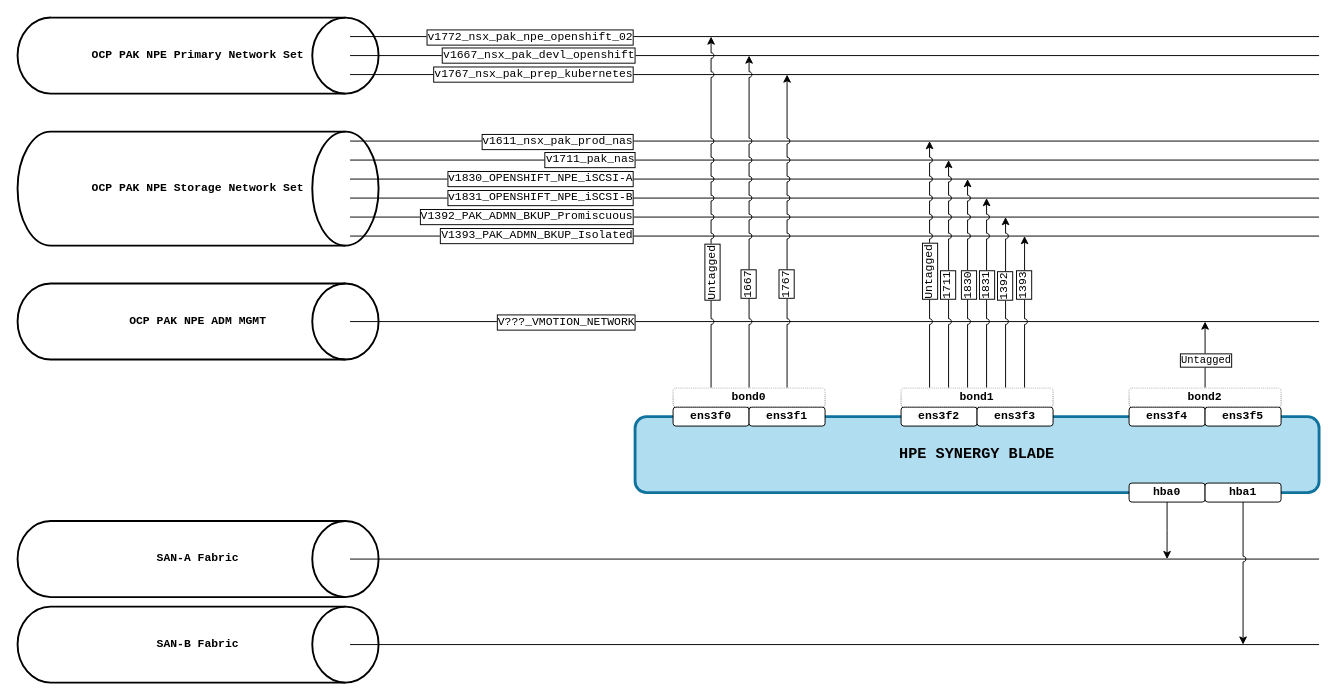
Above: ocp-virt-nets.drawio in rustypan/diagrams (draw.io), before the change. Source tidied: cells renumbered, new cells numbered last; positions are measured from the earlier drawing's top-left corner, leaving out a move shared by most shapes. Both pictures are drawn from the tidied source at 95%, with x=0, y=0 at pixel (17, 17).
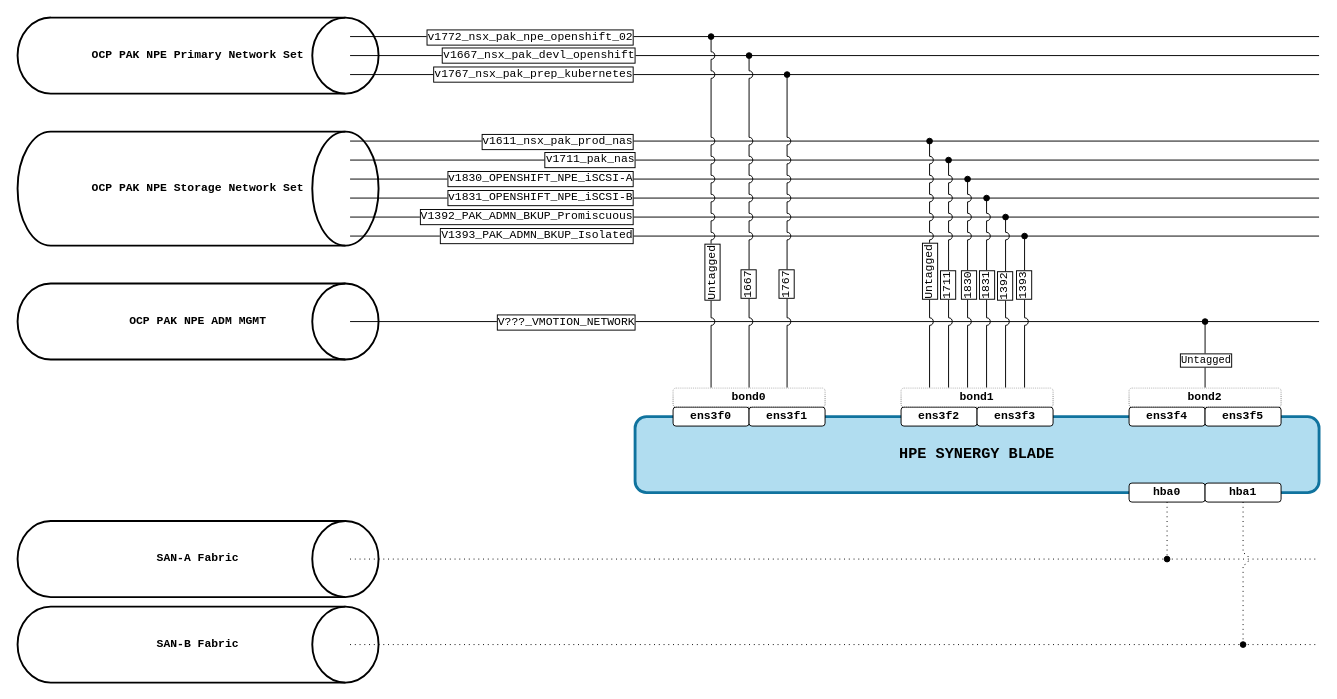
After the change.

Unchanged cells that the change refers to:
```xml
<mxCell id="58" value="bond2" style="rounded=1;whiteSpace=wrap;html=1;fontFamily=Courier New;fontStyle=1;fillColor=light-dark(#FFFFFF,#2ECC71);glass=1;shadow=0;dashed=1;dashPattern=1 1;opacity=50;" parent="1" vertex="1">
  <mxGeometry x="1170" y="390" width="160" height="20" as="geometry" />
</mxCell>
<mxCell id="60" value="hba0" style="rounded=1;whiteSpace=wrap;html=1;fontFamily=Courier New;fillColor=light-dark(#FFFFFF,#8A2BE2);fontStyle=1;" parent="1" vertex="1">
  <mxGeometry x="1170" y="490" width="80" height="20" as="geometry" />
</mxCell>
<mxCell id="62" value="hba1" style="rounded=1;whiteSpace=wrap;html=1;fontFamily=Courier New;fillColor=light-dark(#FFFFFF,#DC143C);fontStyle=1;" parent="1" vertex="1">
  <mxGeometry x="1250" y="490" width="80" height="20" as="geometry" />
</mxCell>
```

Diff of the diagram source:
```diff
@@
-    <mxCell id="3" style="endArrow=none;html=1;rounded=0;strokeWidth=1;fontFamily=Courier New;" parent="1" edge="1">
+    <mxCell id="3" style="endArrow=none;html=1;rounded=0;strokeWidth=1;fontFamily=Courier New;dashed=1;dashPattern=1 4;flowAnimation=1;flowAnimationDuration=2000;strokeColor=light-dark(#000000,#808080);" parent="1" edge="1">
       <mxGeometry relative="1" as="geometry">
         <mxPoint x="350" y="570" as="sourcePoint" />
         <mxPoint x="1370" y="570" as="targetPoint" />
       </mxGeometry>
     </mxCell>
@@
-    <mxCell id="5" style="endArrow=none;html=1;rounded=0;strokeWidth=1;fontFamily=Courier New;" parent="1" edge="1">
+    <mxCell id="5" style="endArrow=none;html=1;rounded=0;strokeWidth=1;fontFamily=Courier New;dashed=1;dashPattern=1 4;flowAnimation=1;flowAnimationDuration=2000;strokeColor=light-dark(#000000,#808080);" parent="1" edge="1">
       <mxGeometry relative="1" as="geometry">
         <mxPoint x="350" y="660" as="sourcePoint" />
         <mxPoint x="1370" y="660" as="targetPoint" />
       </mxGeometry>
     </mxCell>
@@
-    <mxCell id="7" style="endArrow=none;html=1;rounded=0;strokeWidth=1;fontFamily=Courier New;" parent="1" edge="1">
+    <mxCell id="7" style="endArrow=none;html=1;rounded=0;strokeWidth=1;fontFamily=Courier New;strokeColor=light-dark(#000000,#808080);" parent="1" edge="1">
       <mxGeometry relative="1" as="geometry">
         <mxPoint x="350" y="60" as="sourcePoint" />
         <mxPoint x="1370" y="60" as="targetPoint" />
       </mxGeometry>
     </mxCell>
@@
-    <mxCell id="9" style="endArrow=none;html=1;rounded=0;strokeWidth=1;fontFamily=Courier New;" parent="1" edge="1">
+    <mxCell id="9" style="endArrow=none;html=1;rounded=0;strokeWidth=1;fontFamily=Courier New;strokeColor=light-dark(#000000,#808080);" parent="1" edge="1">
       <mxGeometry relative="1" as="geometry">
         <mxPoint x="350" y="40" as="sourcePoint" />
         <mxPoint x="1370" y="40" as="targetPoint" />
       </mxGeometry>
     </mxCell>
@@
-    <mxCell id="11" style="endArrow=none;html=1;rounded=0;strokeWidth=1;fontFamily=Courier New;labelPosition=center;verticalLabelPosition=middle;align=center;verticalAlign=middle;" parent="1" edge="1">
+    <mxCell id="11" style="endArrow=none;html=1;rounded=0;strokeWidth=1;fontFamily=Courier New;labelPosition=center;verticalLabelPosition=middle;align=center;verticalAlign=middle;flowAnimation=0;fixDash=0;flowAnimationDirection=normal;strokeColor=light-dark(#000000,#808080);" parent="1" edge="1">
       <mxGeometry relative="1" as="geometry">
         <mxPoint x="350" y="20" as="sourcePoint" />
         <mxPoint x="1370" y="20" as="targetPoint" />
       </mxGeometry>
     </mxCell>
@@
-    <mxCell id="14" style="endArrow=none;html=1;rounded=0;strokeWidth=1;fontFamily=Courier New;" parent="1" edge="1">
+    <mxCell id="14" style="endArrow=none;html=1;rounded=0;strokeWidth=1;fontFamily=Courier New;strokeColor=light-dark(#000000,#808080);" parent="1" edge="1">
       <mxGeometry relative="1" as="geometry">
         <mxPoint x="350" y="170" as="sourcePoint" />
         <mxPoint x="1370" y="170" as="targetPoint" />
       </mxGeometry>
     </mxCell>
@@
-    <mxCell id="16" style="endArrow=none;html=1;rounded=0;strokeWidth=1;fontFamily=Courier New;" parent="1" edge="1">
+    <mxCell id="16" style="endArrow=none;html=1;rounded=0;strokeWidth=1;fontFamily=Courier New;strokeColor=light-dark(#000000,#808080);" parent="1" edge="1">
       <mxGeometry relative="1" as="geometry">
         <mxPoint x="350" y="150" as="sourcePoint" />
         <mxPoint x="1370" y="150" as="targetPoint" />
       </mxGeometry>
     </mxCell>
@@
-    <mxCell id="18" style="endArrow=none;html=1;rounded=0;strokeWidth=1;fontFamily=Courier New;" parent="1" edge="1">
+    <mxCell id="18" style="endArrow=none;html=1;rounded=0;strokeWidth=1;fontFamily=Courier New;strokeColor=light-dark(#000000,#808080);" parent="1" edge="1">
       <mxGeometry relative="1" as="geometry">
         <mxPoint x="350" y="130" as="sourcePoint" />
         <mxPoint x="1370" y="130" as="targetPoint" />
       </mxGeometry>
     </mxCell>
@@
-    <mxCell id="20" style="endArrow=none;html=1;rounded=0;strokeWidth=1;fontFamily=Courier New;" parent="1" edge="1">
+    <mxCell id="20" style="endArrow=none;html=1;rounded=0;strokeWidth=1;fontFamily=Courier New;strokeColor=light-dark(#000000,#808080);" parent="1" edge="1">
       <mxGeometry relative="1" as="geometry">
         <mxPoint x="350" y="190" as="sourcePoint" />
         <mxPoint x="1370" y="190" as="targetPoint" />
       </mxGeometry>
     </mxCell>
@@
-    <mxCell id="22" style="endArrow=none;html=1;rounded=0;strokeWidth=1;fontFamily=Courier New;" parent="1" edge="1">
+    <mxCell id="22" style="endArrow=none;html=1;rounded=0;strokeWidth=1;fontFamily=Courier New;strokeColor=light-dark(#000000,#808080);" parent="1" edge="1">
       <mxGeometry relative="1" as="geometry">
         <mxPoint x="350" y="210" as="sourcePoint" />
         <mxPoint x="1370" y="210" as="targetPoint" />
       </mxGeometry>
     </mxCell>
@@
-    <mxCell id="24" style="endArrow=none;html=1;rounded=0;strokeWidth=1;fontFamily=Courier New;" parent="1" edge="1">
+    <mxCell id="24" style="endArrow=none;html=1;rounded=0;strokeWidth=1;fontFamily=Courier New;strokeColor=light-dark(#000000,#808080);" parent="1" edge="1">
       <mxGeometry relative="1" as="geometry">
         <mxPoint x="350" y="230" as="sourcePoint" />
         <mxPoint x="1370" y="230" as="targetPoint" />
       </mxGeometry>
     </mxCell>
@@
-    <mxCell id="27" style="endArrow=none;html=1;rounded=0;strokeWidth=1;fontFamily=Courier New;backgroundOutline=0;" parent="1" edge="1">
+    <mxCell id="27" style="endArrow=none;html=1;rounded=0;strokeWidth=1;fontFamily=Courier New;backgroundOutline=0;flowAnimation=0;flowAnimationTimingFunction=linear;strokeColor=light-dark(#000000,#808080);" parent="1" edge="1">
       <mxGeometry relative="1" as="geometry">
         <mxPoint x="350" y="320" as="sourcePoint" />
         <mxPoint x="1370" y="320" as="targetPoint" />
       </mxGeometry>
     </mxCell>
@@
-    <mxCell id="29" style="edgeStyle=orthogonalEdgeStyle;rounded=0;jettySize=auto;html=1;exitX=0.25;exitY=0;exitDx=0;exitDy=0;jumpStyle=arc;fontFamily=Courier New;" parent="1" edge="1" source="52">
+    <mxCell id="29" style="edgeStyle=orthogonalEdgeStyle;rounded=0;jettySize=auto;html=1;exitX=0.25;exitY=0;exitDx=0;exitDy=0;jumpStyle=arc;fontFamily=Courier New;flowAnimation=0;jumpSize=8;endArrow=oval;endFill=1;" parent="1" edge="1" source="52">
       <mxGeometry relative="1" as="geometry">
         <mxPoint x="730" y="20" as="targetPoint" />
       </mxGeometry>
     </mxCell>
@@
-    <mxCell id="31" style="edgeStyle=orthogonalEdgeStyle;rounded=0;jettySize=auto;html=1;exitX=0.5;exitY=0;exitDx=0;exitDy=0;jumpStyle=arc;fontFamily=Courier New;" parent="1" edge="1" source="52">
+    <mxCell id="31" style="edgeStyle=orthogonalEdgeStyle;rounded=0;jettySize=auto;html=1;exitX=0.5;exitY=0;exitDx=0;exitDy=0;jumpStyle=arc;fontFamily=Courier New;endArrow=oval;endFill=1;jumpSize=8;" parent="1" edge="1" source="52">
       <mxGeometry relative="1" as="geometry">
         <mxPoint x="770" y="40" as="targetPoint" />
       </mxGeometry>
     </mxCell>
@@
-    <mxCell id="33" style="edgeStyle=orthogonalEdgeStyle;rounded=0;jettySize=auto;html=1;exitX=0.75;exitY=0;exitDx=0;exitDy=0;jumpStyle=arc;fontFamily=Courier New;" parent="1" edge="1" source="52">
+    <mxCell id="33" style="edgeStyle=orthogonalEdgeStyle;rounded=0;jettySize=auto;html=1;exitX=0.75;exitY=0;exitDx=0;exitDy=0;jumpStyle=arc;fontFamily=Courier New;endArrow=oval;endFill=1;jumpSize=8;" parent="1" edge="1" source="52">
       <mxGeometry relative="1" as="geometry">
         <mxPoint x="810" y="60" as="targetPoint" />
       </mxGeometry>
     </mxCell>
@@
-    <mxCell id="35" style="edgeStyle=orthogonalEdgeStyle;rounded=0;orthogonalLoop=1;jettySize=auto;html=1;exitX=0.25;exitY=0;exitDx=0;exitDy=0;jumpStyle=arc;fontFamily=Courier New;" parent="1" edge="1">
+    <mxCell id="35" style="edgeStyle=orthogonalEdgeStyle;rounded=0;orthogonalLoop=1;jettySize=auto;html=1;exitX=0.25;exitY=0;exitDx=0;exitDy=0;jumpStyle=arc;fontFamily=Courier New;endArrow=oval;endFill=1;jumpSize=8;" parent="1" edge="1">
       <mxGeometry relative="1" as="geometry">
         <mxPoint x="960" y="390" as="sourcePoint" />
         <mxPoint x="960" y="130" as="targetPoint" />
       </mxGeometry>
     </mxCell>
@@
-    <mxCell id="37" style="edgeStyle=orthogonalEdgeStyle;rounded=0;orthogonalLoop=1;jettySize=auto;html=1;exitX=0.25;exitY=0;exitDx=0;exitDy=0;jumpStyle=arc;fontFamily=Courier New;" parent="1" edge="1">
+    <mxCell id="37" style="edgeStyle=orthogonalEdgeStyle;rounded=0;orthogonalLoop=1;jettySize=auto;html=1;exitX=0.25;exitY=0;exitDx=0;exitDy=0;jumpStyle=arc;fontFamily=Courier New;endArrow=oval;endFill=1;jumpSize=8;" parent="1" edge="1">
       <mxGeometry relative="1" as="geometry">
         <mxPoint x="980" y="390" as="sourcePoint" />
         <mxPoint x="980" y="150" as="targetPoint" />
       </mxGeometry>
     </mxCell>
@@
-    <mxCell id="39" style="edgeStyle=orthogonalEdgeStyle;rounded=0;orthogonalLoop=1;jettySize=auto;html=1;jumpStyle=arc;fontFamily=Courier New;" parent="1" edge="1">
+    <mxCell id="39" style="edgeStyle=orthogonalEdgeStyle;rounded=0;orthogonalLoop=1;jettySize=auto;html=1;jumpStyle=arc;fontFamily=Courier New;endArrow=oval;endFill=1;jumpSize=8;" parent="1" edge="1">
       <mxGeometry relative="1" as="geometry">
         <mxPoint x="1000" y="390" as="sourcePoint" />
         <mxPoint x="1000" y="170" as="targetPoint" />
       </mxGeometry>
     </mxCell>
@@
-    <mxCell id="41" style="edgeStyle=orthogonalEdgeStyle;rounded=0;orthogonalLoop=1;jettySize=auto;html=1;jumpStyle=arc;fontFamily=Courier New;" parent="1" edge="1">
+    <mxCell id="41" style="edgeStyle=orthogonalEdgeStyle;rounded=0;orthogonalLoop=1;jettySize=auto;html=1;jumpStyle=arc;fontFamily=Courier New;endArrow=oval;endFill=1;jumpSize=8;" parent="1" edge="1">
       <mxGeometry relative="1" as="geometry">
         <mxPoint x="1020" y="390" as="sourcePoint" />
         <mxPoint x="1020" y="190" as="targetPoint" />
       </mxGeometry>
     </mxCell>
@@
-    <mxCell id="43" style="edgeStyle=orthogonalEdgeStyle;rounded=0;orthogonalLoop=1;jettySize=auto;html=1;jumpStyle=arc;fontFamily=Courier New;" parent="1" edge="1">
+    <mxCell id="43" style="edgeStyle=orthogonalEdgeStyle;rounded=0;orthogonalLoop=1;jettySize=auto;html=1;jumpStyle=arc;fontFamily=Courier New;endArrow=oval;endFill=1;jumpSize=8;" parent="1" edge="1">
       <mxGeometry relative="1" as="geometry">
         <mxPoint x="1040" y="390" as="sourcePoint" />
         <mxPoint x="1040" y="210" as="targetPoint" />
       </mxGeometry>
     </mxCell>
@@
-    <mxCell id="45" style="edgeStyle=orthogonalEdgeStyle;rounded=0;orthogonalLoop=1;jettySize=auto;html=1;jumpStyle=arc;fontFamily=Courier New;" parent="1" edge="1">
+    <mxCell id="45" style="edgeStyle=orthogonalEdgeStyle;rounded=0;orthogonalLoop=1;jettySize=auto;html=1;jumpStyle=arc;fontFamily=Courier New;endArrow=oval;endFill=1;jumpSize=8;" parent="1" edge="1">
       <mxGeometry relative="1" as="geometry">
         <mxPoint x="1060" y="390" as="sourcePoint" />
         <mxPoint x="1060" y="230" as="targetPoint" />
       </mxGeometry>
     </mxCell>
@@
-    <mxCell id="52" value="bond0" style="rounded=1;whiteSpace=wrap;html=1;fontFamily=Courier New;fillColor=light-dark(#FFFFFF,#007BFF);fontStyle=1;glass=1;dashed=1;dashPattern=1 1;opacity=50;" parent="1" vertex="1">
+    <mxCell id="52" value="bond0" style="rounded=1;whiteSpace=wrap;html=1;fontFamily=Courier New;fillColor=light-dark(#FFFFFF,#007BFF);fontStyle=1;glass=1;dashed=1;dashPattern=1 1;opacity=50;perimeterSpacing=0;" parent="1" vertex="1">
       <mxGeometry x="690" y="390" width="160" height="20" as="geometry" />
     </mxCell>
@@
-    <mxCell id="56" style="edgeStyle=orthogonalEdgeStyle;rounded=0;jettySize=auto;html=1;exitX=0.5;exitY=0;exitDx=0;exitDy=0;fontFamily=Courier New;" parent="1" edge="1" source="58">
+    <mxCell id="56" style="edgeStyle=orthogonalEdgeStyle;rounded=0;jettySize=auto;html=1;exitX=0.5;exitY=0;exitDx=0;exitDy=0;fontFamily=Courier New;endArrow=oval;endFill=1;" parent="1" edge="1" source="58">
       <mxGeometry relative="1" as="geometry">
         <mxPoint x="1250" y="320" as="targetPoint" />
       </mxGeometry>
     </mxCell>
@@
-    <mxCell id="59" style="edgeStyle=orthogonalEdgeStyle;rounded=0;jettySize=auto;html=1;exitX=0.5;exitY=1;exitDx=0;exitDy=0;fontFamily=Courier New;" parent="1" edge="1" source="60">
+    <mxCell id="59" style="edgeStyle=orthogonalEdgeStyle;rounded=0;jettySize=auto;html=1;exitX=0.5;exitY=1;exitDx=0;exitDy=0;fontFamily=Courier New;dashed=1;dashPattern=1 4;flowAnimation=1;flowAnimationDirection=normal;endArrow=oval;endFill=1;flowAnimationDuration=2000;" parent="1" edge="1" source="60">
       <mxGeometry relative="1" as="geometry">
         <mxPoint x="1210" y="570" as="targetPoint" />
       </mxGeometry>
     </mxCell>
@@
-    <mxCell id="61" style="edgeStyle=orthogonalEdgeStyle;rounded=0;jettySize=auto;html=1;exitX=0.5;exitY=1;exitDx=0;exitDy=0;jumpStyle=arc;fontFamily=Courier New;" parent="1" edge="1" source="62">
+    <mxCell id="61" style="edgeStyle=orthogonalEdgeStyle;rounded=0;jettySize=auto;html=1;exitX=0.5;exitY=1;exitDx=0;exitDy=0;jumpStyle=arc;fontFamily=Courier New;dashed=1;dashPattern=1 4;flowAnimation=1;jumpSize=12;endArrow=oval;endFill=1;flowAnimationDuration=2000;" parent="1" edge="1" source="62">
       <mxGeometry relative="1" as="geometry">
         <mxPoint x="1290" y="660" as="targetPoint" />
       </mxGeometry>
     </mxCell>
```
